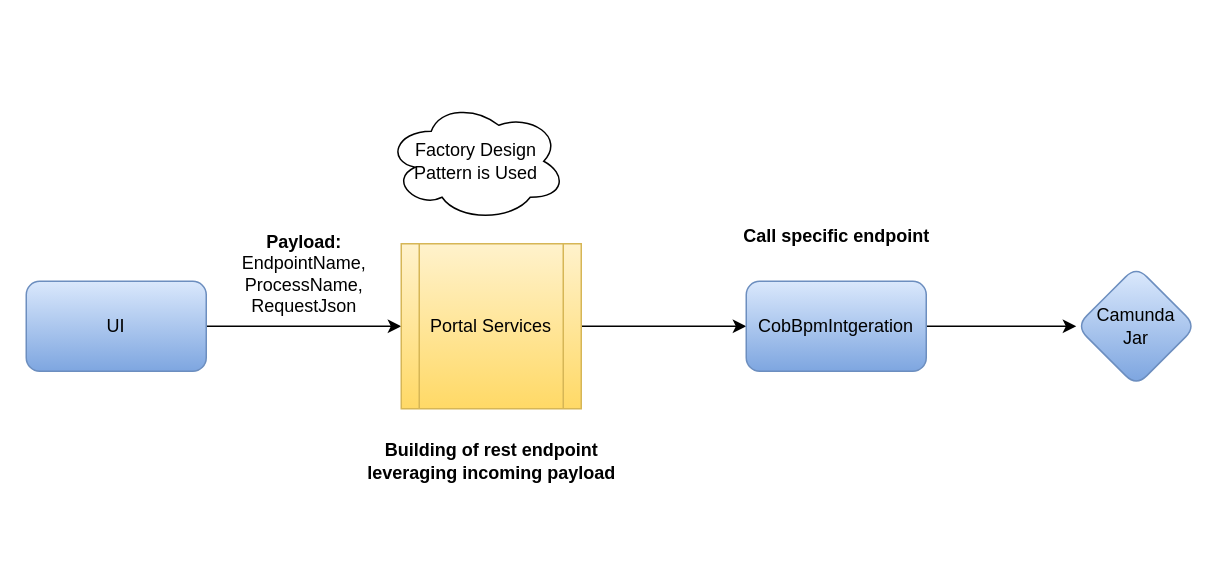
Earlier version of the draw.io diagram Untitled Diagram.drawio (namanchopra21087/design-documents). Source tidied: cells renumbered, new cells numbered last; positions are measured from the earlier drawing's top-left corner, leaving out a move shared by most shapes. Both pictures are drawn from the tidied source at 150%, with x=0, y=0 at pixel (26, 100).
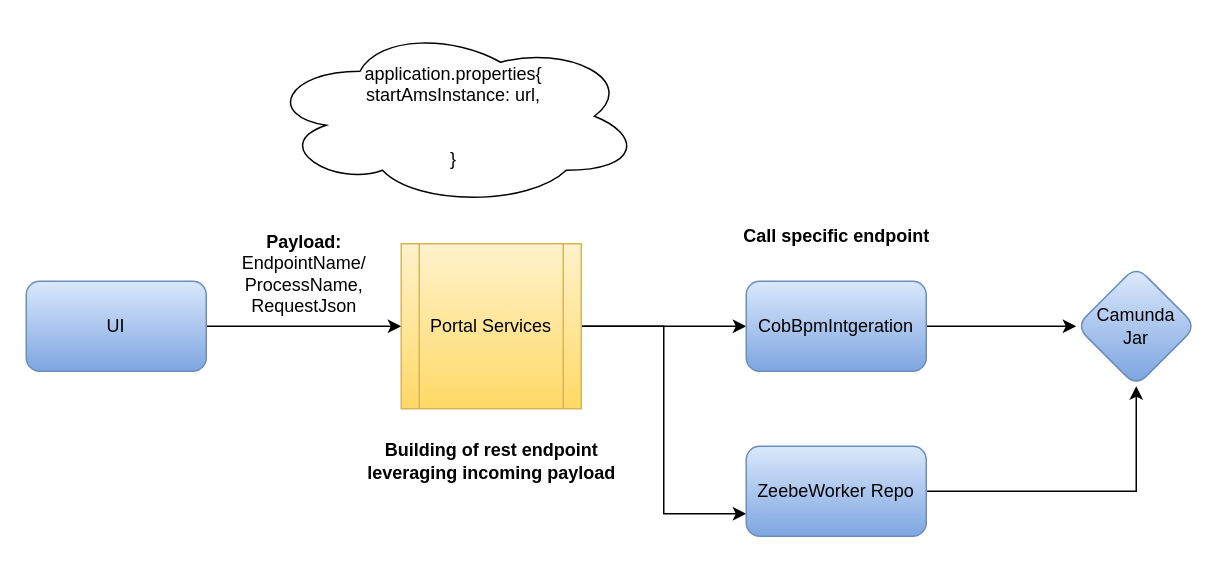
Above is the later version.

Diff of the diagram source:
```diff
@@
 <mxGraphModel>
   <root>
     <mxCell id="0" />
     <mxCell id="1" parent="0" />
     <mxCell id="2" style="edgeStyle=orthogonalEdgeStyle;rounded=0;jettySize=auto;html=1;entryX=0;entryY=0.5;entryDx=0;entryDy=0;" parent="1" edge="1" source="3" target="5">
       <mxGeometry relative="1" as="geometry" />
     </mxCell>
     <mxCell id="3" value="UI" style="rounded=1;whiteSpace=wrap;html=1;fillColor=#dae8fc;gradientColor=#7ea6e0;strokeColor=#6c8ebf;" parent="1" vertex="1">
       <mxGeometry y="120" width="120" height="60" as="geometry" />
     </mxCell>
     <mxCell id="4" style="edgeStyle=orthogonalEdgeStyle;rounded=0;jettySize=auto;html=1;entryX=0;entryY=0.5;entryDx=0;entryDy=0;" parent="1" edge="1" source="5" target="7">
       <mxGeometry relative="1" as="geometry" />
     </mxCell>
+    <mxCell id="13" style="edgeStyle=orthogonalEdgeStyle;rounded=0;jettySize=auto;html=1;entryX=0;entryY=0.75;entryDx=0;entryDy=0;" parent="1" edge="1" source="5" target="15">
+      <mxGeometry relative="1" as="geometry" />
+    </mxCell>
     <mxCell id="5" value="Portal Services" style="shape=process;whiteSpace=wrap;html=1;backgroundOutline=1;fillColor=#fff2cc;gradientColor=#ffd966;strokeColor=#d6b656;" parent="1" vertex="1">
       <mxGeometry x="250" y="95" width="120" height="110" as="geometry" />
     </mxCell>
     <mxCell id="6" style="edgeStyle=orthogonalEdgeStyle;rounded=0;jettySize=auto;html=1;" parent="1" edge="1" source="7" target="11">
       <mxGeometry relative="1" as="geometry" />
     </mxCell>
     <mxCell id="7" value="CobBpmIntgeration" style="rounded=1;whiteSpace=wrap;html=1;fillColor=#dae8fc;gradientColor=#7ea6e0;strokeColor=#6c8ebf;" parent="1" vertex="1">
       <mxGeometry x="480" y="120" width="120" height="60" as="geometry" />
     </mxCell>
-    <mxCell id="8" value="&lt;b&gt;Payload:&lt;/b&gt;&lt;div&gt;EndpointName,&lt;br&gt;ProcessName,&lt;br&gt;RequestJson&lt;/div&gt;" style="text;html=1;align=center;verticalAlign=middle;strokeColor=none;fillColor=none;" parent="1" vertex="1">
+    <mxCell id="8" value="&lt;b&gt;Payload:&lt;/b&gt;&lt;div&gt;EndpointName/&lt;br&gt;ProcessName,&lt;br&gt;RequestJson&lt;/div&gt;" style="text;html=1;align=center;verticalAlign=middle;strokeColor=none;fillColor=none;" parent="1" vertex="1">
       <mxGeometry x="130" y="80" width="110" height="70" as="geometry" />
     </mxCell>
     <mxCell id="9" value="&lt;b&gt;Building of rest endpoint &lt;br&gt;leveraging incoming payload&lt;/b&gt;" style="text;html=1;align=center;verticalAlign=middle;strokeColor=none;fillColor=none;" parent="1" vertex="1">
       <mxGeometry x="215" y="220" width="190" height="40" as="geometry" />
     </mxCell>
     <mxCell id="10" value="&lt;b&gt;Call specific endpoint&lt;/b&gt;" style="text;html=1;align=center;verticalAlign=middle;strokeColor=none;fillColor=none;" parent="1" vertex="1">
       <mxGeometry x="465" y="75" width="150" height="30" as="geometry" />
     </mxCell>
     <mxCell id="11" value="Camunda &lt;br&gt;Jar" style="rhombus;whiteSpace=wrap;html=1;fillColor=#dae8fc;strokeColor=#6c8ebf;rounded=1;gradientColor=#7ea6e0;" parent="1" vertex="1">
       <mxGeometry x="700" y="110" width="80" height="80" as="geometry" />
     </mxCell>
-    <mxCell id="12" value="Factory Design Pattern is Used" style="ellipse;shape=cloud;whiteSpace=wrap;html=1;" parent="1" vertex="1">
-      <mxGeometry x="240" width="120" height="80" as="geometry" />
-    </mxCell>
+    <mxCell id="14" style="edgeStyle=orthogonalEdgeStyle;rounded=0;jettySize=auto;html=1;entryX=0.5;entryY=1;entryDx=0;entryDy=0;" parent="1" edge="1" source="15" target="11">
+      <mxGeometry relative="1" as="geometry" />
+    </mxCell>
+    <mxCell id="15" value="ZeebeWorker Repo" style="rounded=1;whiteSpace=wrap;html=1;fillColor=#dae8fc;gradientColor=#7ea6e0;strokeColor=#6c8ebf;" parent="1" vertex="1">
+      <mxGeometry x="480" y="230" width="120" height="60" as="geometry" />
+    </mxCell>
+    <mxCell id="16" value="application.properties{&lt;div&gt;startAmsInstance: url,&lt;/div&gt;&lt;div&gt;&lt;br&gt;&lt;/div&gt;&lt;div&gt;&lt;br&gt;&lt;/div&gt;&lt;div&gt;}&lt;/div&gt;" style="ellipse;shape=cloud;whiteSpace=wrap;html=1;" parent="1" vertex="1">
+      <mxGeometry x="160" y="-50" width="250" height="120" as="geometry" />
+    </mxCell>
   </root>
 </mxGraphModel>
```
